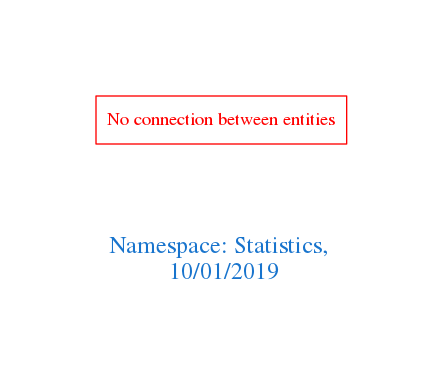
This is downloads/Statistics.png from arago/OGIT, a Graphviz export, as it was before one commit. Its source is kept beside it as downloads/Statistics.dot.
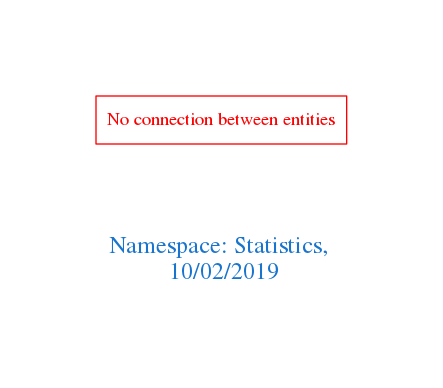
The same file after the commit.

What changed in the source:
```diff
@@ -1,7 +1,7 @@
 digraph OGIT_ontology {
  graph [ rankdir= LR,pad=1
 fontsize = 18,
-fontcolor= dodgerblue3,label = "\n\n\nNamespace: Statistics, \n 10/01/2019"];
+fontcolor= dodgerblue3,label = "\n\n\nNamespace: Statistics, \n 10/02/2019"];
 node[shape=polygon];
 edge [  color="gray81"];
 
```
